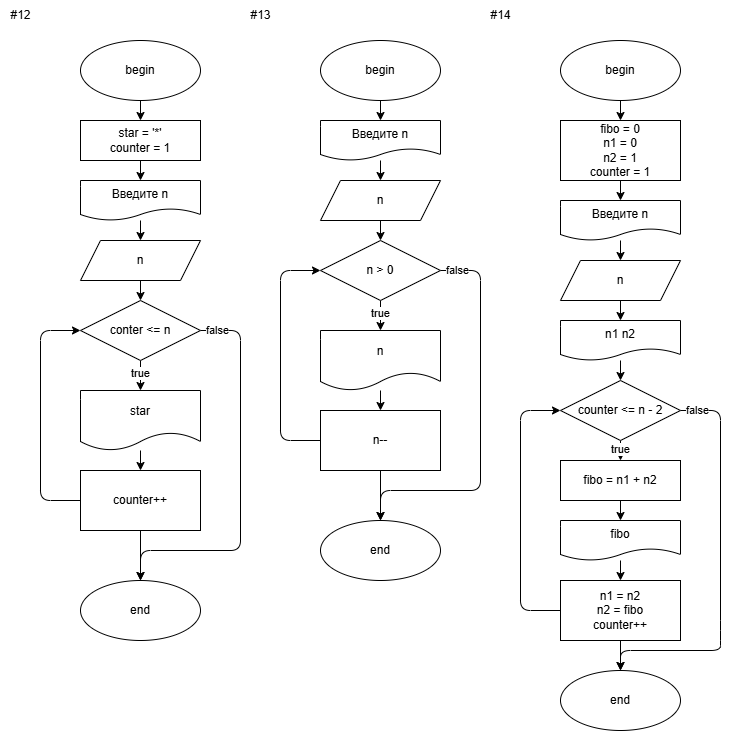
This is 005_chapter_9/L_9_16/004_task.3.drawio.png from dzh-ghb/SK_Fullstack, a draw.io export, as it was before one commit. Source tidied: cells renumbered, new cells last; positions are measured from the earlier drawing's top-left corner, leaving out a move shared by most shapes. Its diagram source:
```xml
<mxGraphModel>
  <root>
    <mxCell id="0" />
    <mxCell id="1" parent="0" />
    <mxCell id="2" value="#12" style="text;html=1;align=center;verticalAlign=middle;strokeColor=none;fillColor=none;" parent="1" vertex="1">
      <mxGeometry width="40" height="30" as="geometry" />
    </mxCell>
    <mxCell id="3" value="#13" style="text;html=1;align=center;verticalAlign=middle;strokeColor=none;fillColor=none;" parent="1" vertex="1">
      <mxGeometry x="240" width="40" height="30" as="geometry" />
    </mxCell>
    <mxCell id="4" value="#14" style="text;html=1;align=center;verticalAlign=middle;strokeColor=none;fillColor=none;" parent="1" vertex="1">
      <mxGeometry x="480" width="40" height="30" as="geometry" />
    </mxCell>
    <mxCell id="5" style="edgeStyle=none;html=1;entryX=0.5;entryY=0;entryDx=0;entryDy=0;" parent="1" edge="1" source="6" target="9">
      <mxGeometry relative="1" as="geometry" />
    </mxCell>
    <mxCell id="6" value="begin" style="ellipse;whiteSpace=wrap;html=1;" parent="1" vertex="1">
      <mxGeometry x="80" y="40" width="120" height="60" as="geometry" />
    </mxCell>
    <mxCell id="7" value="end" style="ellipse;whiteSpace=wrap;html=1;" parent="1" vertex="1">
      <mxGeometry x="80" y="580" width="120" height="60" as="geometry" />
    </mxCell>
    <mxCell id="8" style="edgeStyle=none;html=1;" parent="1" edge="1" source="9" target="17">
      <mxGeometry relative="1" as="geometry" />
    </mxCell>
    <mxCell id="9" value="star = '*'&lt;br&gt;counter = 1" style="rounded=0;whiteSpace=wrap;html=1;" parent="1" vertex="1">
      <mxGeometry x="80" y="120" width="120" height="40" as="geometry" />
    </mxCell>
    <mxCell id="10" style="edgeStyle=none;html=1;exitX=0.5;exitY=1;exitDx=0;exitDy=0;entryX=0.5;entryY=0;entryDx=0;entryDy=0;" parent="1" edge="1" source="14" target="23">
      <mxGeometry relative="1" as="geometry" />
    </mxCell>
    <mxCell id="11" value="true" style="edgeLabel;html=1;align=center;verticalAlign=middle;" parent="10" vertex="1">
      <mxGeometry x="-0.01" y="-1" relative="1" as="geometry">
        <mxPoint y="-3" as="offset" />
      </mxGeometry>
    </mxCell>
    <mxCell id="12" style="edgeStyle=none;html=1;exitX=1;exitY=0.5;exitDx=0;exitDy=0;entryX=0.5;entryY=0;entryDx=0;entryDy=0;" parent="1" edge="1" source="14" target="7">
      <mxGeometry relative="1" as="geometry">
        <Array as="points">
          <mxPoint x="240" y="330" />
          <mxPoint x="240" y="550" />
          <mxPoint x="140" y="550" />
        </Array>
      </mxGeometry>
    </mxCell>
    <mxCell id="13" value="false" style="edgeLabel;html=1;align=center;verticalAlign=middle;" parent="12" vertex="1">
      <mxGeometry x="-0.91" y="1" relative="1" as="geometry">
        <mxPoint x="-2" as="offset" />
      </mxGeometry>
    </mxCell>
    <mxCell id="14" value="conter &amp;lt;= n" style="rhombus;whiteSpace=wrap;html=1;" parent="1" vertex="1">
      <mxGeometry x="80" y="300" width="120" height="60" as="geometry" />
    </mxCell>
    <mxCell id="15" style="edgeStyle=none;html=1;exitX=0;exitY=0.5;exitDx=0;exitDy=0;entryX=0;entryY=0.5;entryDx=0;entryDy=0;" parent="1" edge="1" source="21" target="14">
      <mxGeometry relative="1" as="geometry">
        <Array as="points">
          <mxPoint x="40" y="500" />
          <mxPoint x="40" y="330" />
        </Array>
      </mxGeometry>
    </mxCell>
    <mxCell id="16" style="edgeStyle=none;html=1;entryX=0.5;entryY=0;entryDx=0;entryDy=0;" parent="1" edge="1" source="17" target="19">
      <mxGeometry relative="1" as="geometry" />
    </mxCell>
    <mxCell id="17" value="Введите n" style="shape=document;whiteSpace=wrap;html=1;boundedLbl=1;rounded=0;" parent="1" vertex="1">
      <mxGeometry x="80" y="180" width="120" height="40" as="geometry" />
    </mxCell>
    <mxCell id="18" style="edgeStyle=none;html=1;exitX=0.5;exitY=1;exitDx=0;exitDy=0;entryX=0.5;entryY=0;entryDx=0;entryDy=0;" parent="1" edge="1" source="19" target="14">
      <mxGeometry relative="1" as="geometry" />
    </mxCell>
    <mxCell id="19" value="n" style="shape=parallelogram;perimeter=parallelogramPerimeter;whiteSpace=wrap;html=1;fixedSize=1;" parent="1" vertex="1">
      <mxGeometry x="80" y="240" width="120" height="40" as="geometry" />
    </mxCell>
    <mxCell id="20" style="edgeStyle=none;html=1;exitX=0.5;exitY=1;exitDx=0;exitDy=0;" parent="1" edge="1" source="21">
      <mxGeometry relative="1" as="geometry">
        <mxPoint x="140" y="580" as="targetPoint" />
      </mxGeometry>
    </mxCell>
    <mxCell id="21" value="counter++" style="rounded=0;whiteSpace=wrap;html=1;" parent="1" vertex="1">
      <mxGeometry x="80" y="470" width="120" height="60" as="geometry" />
    </mxCell>
    <mxCell id="22" style="edgeStyle=none;html=1;entryX=0.5;entryY=0;entryDx=0;entryDy=0;" parent="1" edge="1" source="23" target="21">
      <mxGeometry relative="1" as="geometry" />
    </mxCell>
    <mxCell id="23" value="star" style="shape=document;whiteSpace=wrap;html=1;boundedLbl=1;" parent="1" vertex="1">
      <mxGeometry x="80" y="390" width="120" height="60" as="geometry" />
    </mxCell>
    <mxCell id="24" style="edgeStyle=none;html=1;exitX=0.5;exitY=1;exitDx=0;exitDy=0;entryX=0.5;entryY=0;entryDx=0;entryDy=0;" parent="1" edge="1" source="25" target="34">
      <mxGeometry relative="1" as="geometry" />
    </mxCell>
    <mxCell id="25" value="begin" style="ellipse;whiteSpace=wrap;html=1;" parent="1" vertex="1">
      <mxGeometry x="320" y="40" width="120" height="60" as="geometry" />
    </mxCell>
    <mxCell id="26" value="end" style="ellipse;whiteSpace=wrap;html=1;" parent="1" vertex="1">
      <mxGeometry x="320" y="520" width="120" height="60" as="geometry" />
    </mxCell>
    <mxCell id="27" style="edgeStyle=none;html=1;exitX=0.5;exitY=1;exitDx=0;exitDy=0;entryX=0.5;entryY=0;entryDx=0;entryDy=0;" parent="1" edge="1" source="31" target="40">
      <mxGeometry relative="1" as="geometry" />
    </mxCell>
    <mxCell id="28" value="true" style="edgeLabel;html=1;align=center;verticalAlign=middle;" parent="27" vertex="1">
      <mxGeometry x="-0.01" y="-1" relative="1" as="geometry">
        <mxPoint y="-3" as="offset" />
      </mxGeometry>
    </mxCell>
    <mxCell id="29" style="edgeStyle=none;html=1;exitX=1;exitY=0.5;exitDx=0;exitDy=0;entryX=0.5;entryY=0;entryDx=0;entryDy=0;" parent="1" edge="1" source="31" target="26">
      <mxGeometry relative="1" as="geometry">
        <Array as="points">
          <mxPoint x="480" y="270" />
          <mxPoint x="480" y="490" />
          <mxPoint x="380" y="490" />
        </Array>
      </mxGeometry>
    </mxCell>
    <mxCell id="30" value="false" style="edgeLabel;html=1;align=center;verticalAlign=middle;" parent="29" vertex="1">
      <mxGeometry x="-0.91" y="1" relative="1" as="geometry">
        <mxPoint x="-2" as="offset" />
      </mxGeometry>
    </mxCell>
    <mxCell id="31" value="n &amp;gt; 0" style="rhombus;whiteSpace=wrap;html=1;" parent="1" vertex="1">
      <mxGeometry x="320" y="240" width="120" height="60" as="geometry" />
    </mxCell>
    <mxCell id="32" style="edgeStyle=none;html=1;exitX=0;exitY=0.5;exitDx=0;exitDy=0;entryX=0;entryY=0.5;entryDx=0;entryDy=0;" parent="1" edge="1" source="38" target="31">
      <mxGeometry relative="1" as="geometry">
        <Array as="points">
          <mxPoint x="280" y="440" />
          <mxPoint x="280" y="270" />
        </Array>
      </mxGeometry>
    </mxCell>
    <mxCell id="33" style="edgeStyle=none;html=1;entryX=0.5;entryY=0;entryDx=0;entryDy=0;" parent="1" edge="1" source="34" target="36">
      <mxGeometry relative="1" as="geometry" />
    </mxCell>
    <mxCell id="34" value="Введите n" style="shape=document;whiteSpace=wrap;html=1;boundedLbl=1;rounded=0;" parent="1" vertex="1">
      <mxGeometry x="320" y="120" width="120" height="40" as="geometry" />
    </mxCell>
    <mxCell id="35" style="edgeStyle=none;html=1;exitX=0.5;exitY=1;exitDx=0;exitDy=0;entryX=0.5;entryY=0;entryDx=0;entryDy=0;" parent="1" edge="1" source="36" target="31">
      <mxGeometry relative="1" as="geometry" />
    </mxCell>
    <mxCell id="36" value="n" style="shape=parallelogram;perimeter=parallelogramPerimeter;whiteSpace=wrap;html=1;fixedSize=1;" parent="1" vertex="1">
      <mxGeometry x="320" y="180" width="120" height="40" as="geometry" />
    </mxCell>
    <mxCell id="37" style="edgeStyle=none;html=1;exitX=0.5;exitY=1;exitDx=0;exitDy=0;" parent="1" edge="1" source="38">
      <mxGeometry relative="1" as="geometry">
        <mxPoint x="380" y="520" as="targetPoint" />
      </mxGeometry>
    </mxCell>
    <mxCell id="38" value="n--" style="rounded=0;whiteSpace=wrap;html=1;" parent="1" vertex="1">
      <mxGeometry x="320" y="410" width="120" height="60" as="geometry" />
    </mxCell>
    <mxCell id="39" style="edgeStyle=none;html=1;entryX=0.5;entryY=0;entryDx=0;entryDy=0;" parent="1" edge="1" source="40" target="38">
      <mxGeometry relative="1" as="geometry" />
    </mxCell>
    <mxCell id="40" value="n" style="shape=document;whiteSpace=wrap;html=1;boundedLbl=1;" parent="1" vertex="1">
      <mxGeometry x="320" y="330" width="120" height="60" as="geometry" />
    </mxCell>
    <mxCell id="41" style="edgeStyle=none;html=1;exitX=0.5;exitY=1;exitDx=0;exitDy=0;entryX=0.5;entryY=0;entryDx=0;entryDy=0;" parent="1" edge="1" source="42" target="45">
      <mxGeometry relative="1" as="geometry" />
    </mxCell>
    <mxCell id="42" value="begin" style="ellipse;whiteSpace=wrap;html=1;" parent="1" vertex="1">
      <mxGeometry x="560" y="40" width="120" height="60" as="geometry" />
    </mxCell>
    <mxCell id="43" value="end" style="ellipse;whiteSpace=wrap;html=1;" parent="1" vertex="1">
      <mxGeometry x="560" y="670" width="120" height="60" as="geometry" />
    </mxCell>
    <mxCell id="44" style="edgeStyle=none;html=1;" parent="1" edge="1" source="45" target="53">
      <mxGeometry relative="1" as="geometry" />
    </mxCell>
    <mxCell id="45" value="fibo = 0&lt;br&gt;n1 = 0&lt;br&gt;n2 = 1&lt;br&gt;counter = 1" style="rounded=0;whiteSpace=wrap;html=1;" parent="1" vertex="1">
      <mxGeometry x="560" y="120" width="120" height="60" as="geometry" />
    </mxCell>
    <mxCell id="46" style="edgeStyle=none;html=1;exitX=0.5;exitY=1;exitDx=0;exitDy=0;entryX=0.5;entryY=0;entryDx=0;entryDy=0;" parent="1" edge="1" source="50" target="63">
      <mxGeometry relative="1" as="geometry" />
    </mxCell>
    <mxCell id="47" value="true" style="edgeLabel;html=1;align=center;verticalAlign=middle;" parent="46" vertex="1">
      <mxGeometry x="-0.01" y="-1" relative="1" as="geometry">
        <mxPoint y="-2" as="offset" />
      </mxGeometry>
    </mxCell>
    <mxCell id="48" style="edgeStyle=none;html=1;exitX=1;exitY=0.5;exitDx=0;exitDy=0;entryX=0.5;entryY=0;entryDx=0;entryDy=0;" parent="1" edge="1" source="50" target="43">
      <mxGeometry relative="1" as="geometry">
        <Array as="points">
          <mxPoint x="720" y="410" />
          <mxPoint x="720" y="630" />
          <mxPoint x="720" y="650" />
          <mxPoint x="620" y="650" />
        </Array>
      </mxGeometry>
    </mxCell>
    <mxCell id="49" value="false" style="edgeLabel;html=1;align=center;verticalAlign=middle;" parent="48" vertex="1">
      <mxGeometry x="-0.91" y="1" relative="1" as="geometry">
        <mxPoint x="-2" as="offset" />
      </mxGeometry>
    </mxCell>
    <mxCell id="50" value="counter &amp;lt;= n - 2" style="rhombus;whiteSpace=wrap;html=1;" parent="1" vertex="1">
      <mxGeometry x="560" y="380" width="120" height="60" as="geometry" />
    </mxCell>
    <mxCell id="51" style="edgeStyle=none;html=1;exitX=0;exitY=0.5;exitDx=0;exitDy=0;entryX=0;entryY=0.5;entryDx=0;entryDy=0;" parent="1" edge="1" source="57" target="50">
      <mxGeometry relative="1" as="geometry">
        <Array as="points">
          <mxPoint x="520" y="610" />
          <mxPoint x="520" y="410" />
        </Array>
      </mxGeometry>
    </mxCell>
    <mxCell id="52" style="edgeStyle=none;html=1;entryX=0.5;entryY=0;entryDx=0;entryDy=0;" parent="1" edge="1" source="53" target="55">
      <mxGeometry relative="1" as="geometry" />
    </mxCell>
    <mxCell id="53" value="Введите n" style="shape=document;whiteSpace=wrap;html=1;boundedLbl=1;rounded=0;" parent="1" vertex="1">
      <mxGeometry x="560" y="200" width="120" height="40" as="geometry" />
    </mxCell>
    <mxCell id="54" style="edgeStyle=none;html=1;exitX=0.5;exitY=1;exitDx=0;exitDy=0;entryX=0.5;entryY=0;entryDx=0;entryDy=0;" parent="1" edge="1" source="55" target="61">
      <mxGeometry relative="1" as="geometry" />
    </mxCell>
    <mxCell id="55" value="n" style="shape=parallelogram;perimeter=parallelogramPerimeter;whiteSpace=wrap;html=1;fixedSize=1;" parent="1" vertex="1">
      <mxGeometry x="560" y="260" width="120" height="40" as="geometry" />
    </mxCell>
    <mxCell id="56" style="edgeStyle=none;html=1;exitX=0.5;exitY=1;exitDx=0;exitDy=0;" parent="1" edge="1" source="57">
      <mxGeometry relative="1" as="geometry">
        <mxPoint x="620" y="670" as="targetPoint" />
      </mxGeometry>
    </mxCell>
    <mxCell id="57" value="n1 = n2&lt;br&gt;n2 = fibo&lt;br&gt;counter++" style="rounded=0;whiteSpace=wrap;html=1;" parent="1" vertex="1">
      <mxGeometry x="560" y="580" width="120" height="60" as="geometry" />
    </mxCell>
    <mxCell id="58" style="edgeStyle=none;html=1;entryX=0.5;entryY=0;entryDx=0;entryDy=0;" parent="1" edge="1" source="59" target="57">
      <mxGeometry relative="1" as="geometry" />
    </mxCell>
    <mxCell id="59" value="fibo" style="shape=document;whiteSpace=wrap;html=1;boundedLbl=1;" parent="1" vertex="1">
      <mxGeometry x="560" y="520" width="120" height="40" as="geometry" />
    </mxCell>
    <mxCell id="60" style="edgeStyle=none;html=1;entryX=0.5;entryY=0;entryDx=0;entryDy=0;" parent="1" edge="1" source="61" target="50">
      <mxGeometry relative="1" as="geometry" />
    </mxCell>
    <mxCell id="61" value="n1 n2" style="shape=document;whiteSpace=wrap;html=1;boundedLbl=1;rounded=0;" parent="1" vertex="1">
      <mxGeometry x="560" y="320" width="120" height="40" as="geometry" />
    </mxCell>
    <mxCell id="62" style="edgeStyle=none;html=1;exitX=0.5;exitY=1;exitDx=0;exitDy=0;entryX=0.5;entryY=0;entryDx=0;entryDy=0;" parent="1" edge="1" source="63" target="59">
      <mxGeometry relative="1" as="geometry" />
    </mxCell>
    <mxCell id="63" value="fibo = n1 + n2" style="rounded=0;whiteSpace=wrap;html=1;" parent="1" vertex="1">
      <mxGeometry x="560" y="460" width="120" height="40" as="geometry" />
    </mxCell>
  </root>
</mxGraphModel>
```
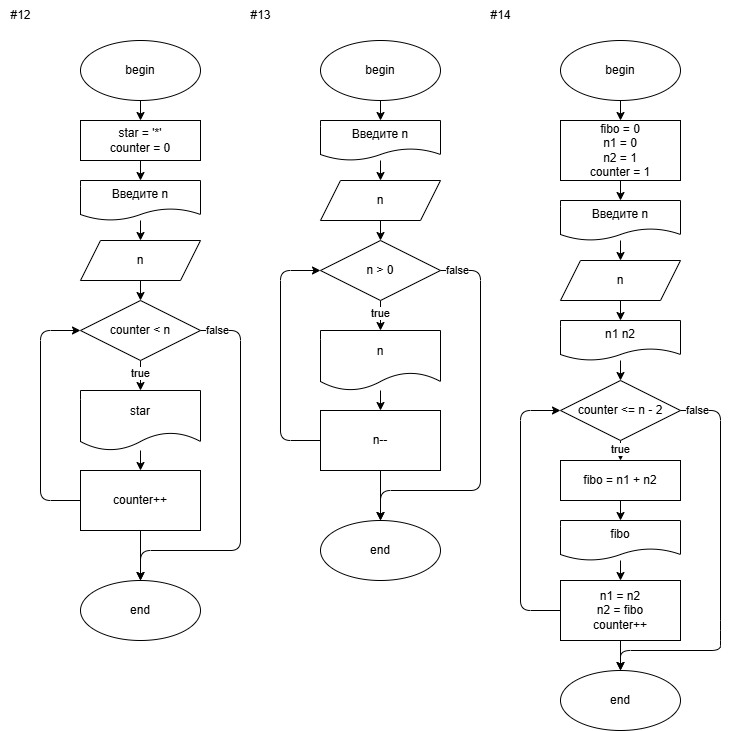
After the commit.

Change to the diagram source:
```diff
@@ -23,7 +23,7 @@
     <mxCell id="8" style="edgeStyle=none;html=1;" parent="1" edge="1" source="9" target="17">
       <mxGeometry relative="1" as="geometry" />
     </mxCell>
-    <mxCell id="9" value="star = '*'&lt;br&gt;counter = 1" style="rounded=0;whiteSpace=wrap;html=1;" parent="1" vertex="1">
+    <mxCell id="9" value="star = '*'&lt;br&gt;counter = 0" style="rounded=0;whiteSpace=wrap;html=1;" parent="1" vertex="1">
       <mxGeometry x="80" y="120" width="120" height="40" as="geometry" />
     </mxCell>
     <mxCell id="10" style="edgeStyle=none;html=1;exitX=0.5;exitY=1;exitDx=0;exitDy=0;entryX=0.5;entryY=0;entryDx=0;entryDy=0;" parent="1" edge="1" source="14" target="23">
@@ -48,7 +48,7 @@
         <mxPoint x="-2" as="offset" />
       </mxGeometry>
     </mxCell>
-    <mxCell id="14" value="conter &amp;lt;= n" style="rhombus;whiteSpace=wrap;html=1;" parent="1" vertex="1">
+    <mxCell id="14" value="counter &amp;lt; n" style="rhombus;whiteSpace=wrap;html=1;" parent="1" vertex="1">
       <mxGeometry x="80" y="300" width="120" height="60" as="geometry" />
     </mxCell>
     <mxCell id="15" style="edgeStyle=none;html=1;exitX=0;exitY=0.5;exitDx=0;exitDy=0;entryX=0;entryY=0.5;entryDx=0;entryDy=0;" parent="1" edge="1" source="21" target="14">
```
